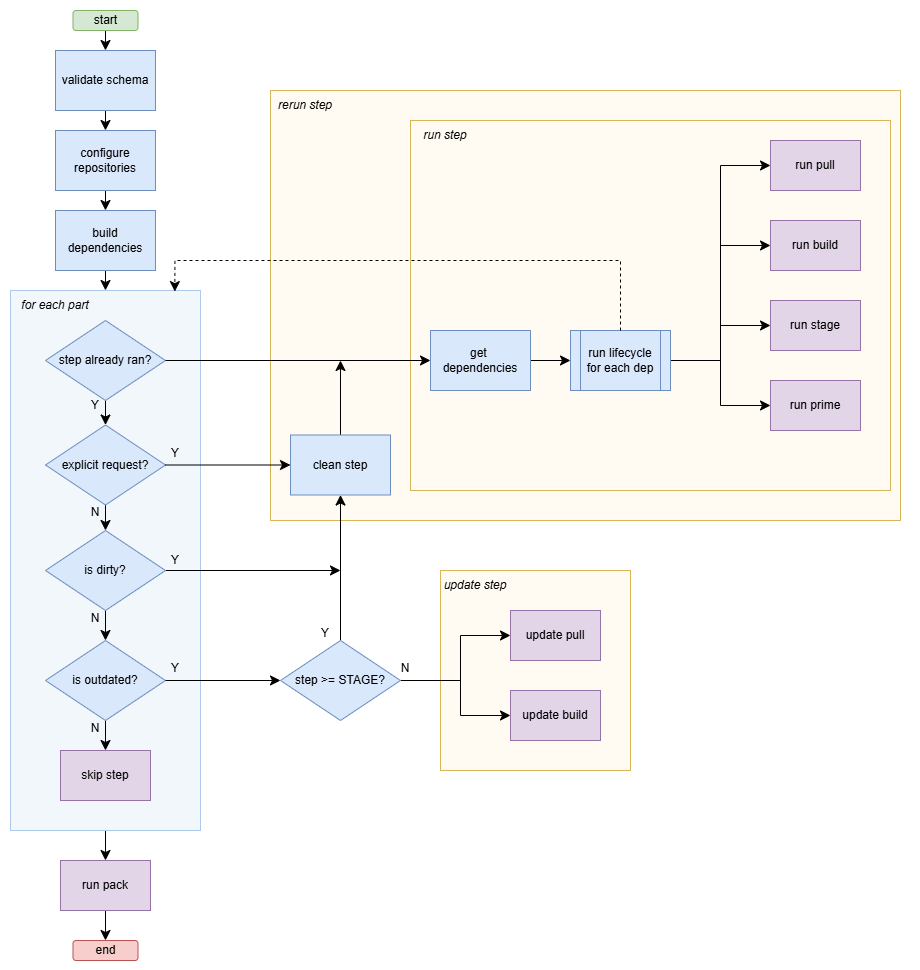
Earlier version of the draw.io export snapcraft/explanation/lifecycle-processing-diagram.png (canonical/open-documentation-academy). Source tidied: cells renumbered, new cells last; positions are measured from the earlier drawing's top-left corner, leaving out a move shared by most shapes.
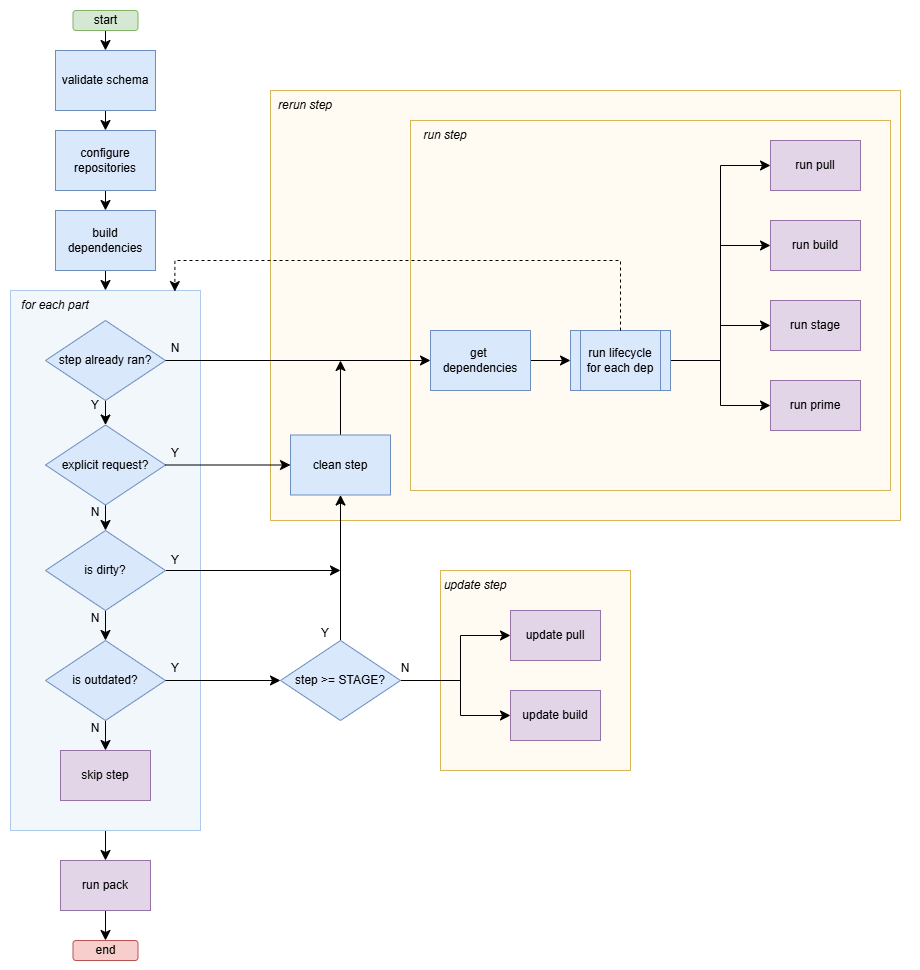
Later version of the same file.

Commit message:
feat(snapcraft): fix missing no branch

Diff of the diagram source:
```diff
@@ -212,5 +212,8 @@
     <mxCell id="64" value="skip step" style="rounded=0;whiteSpace=wrap;html=1;fillColor=#e1d5e7;strokeColor=#9673a6;" parent="1" vertex="1">
       <mxGeometry x="60" y="750" width="90" height="50" as="geometry" />
     </mxCell>
+    <mxCell id="65" value="N" style="text;html=1;align=center;verticalAlign=middle;whiteSpace=wrap;rounded=0;" parent="1" vertex="1">
+      <mxGeometry x="170" y="340" width="10" height="15" as="geometry" />
+    </mxCell>
   </root>
 </mxGraphModel>
```
